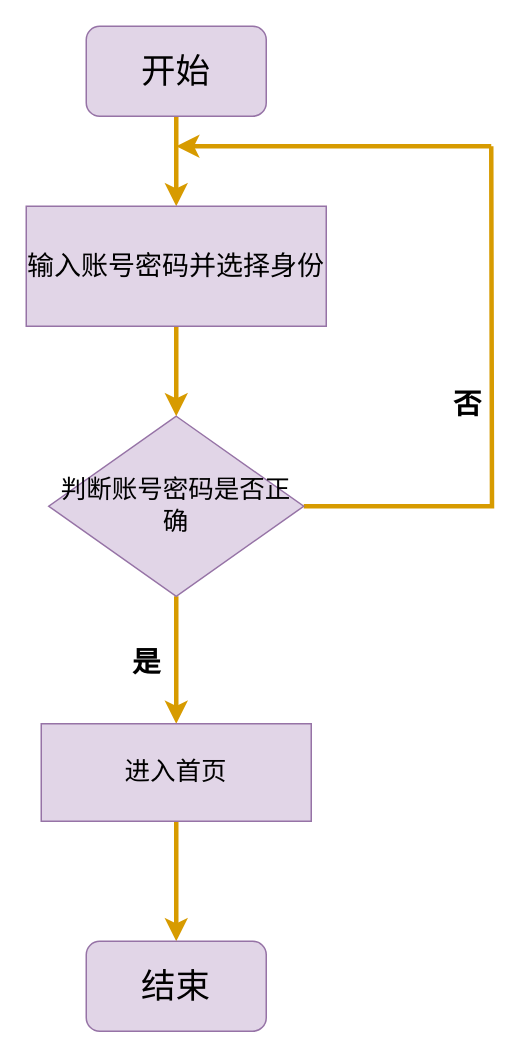
This is page "登录流程图" (1 of 3) of 登录流程图.drawio from ov0-0vo/1, a draw.io file, before an edit. Source tidied: cells renumbered, new cells numbered last; positions are measured from the earlier drawing's top-left corner, leaving out a move shared by most shapes. Both pictures are drawn from the tidied source at 150%, with x=0, y=0 at pixel (26, 26).
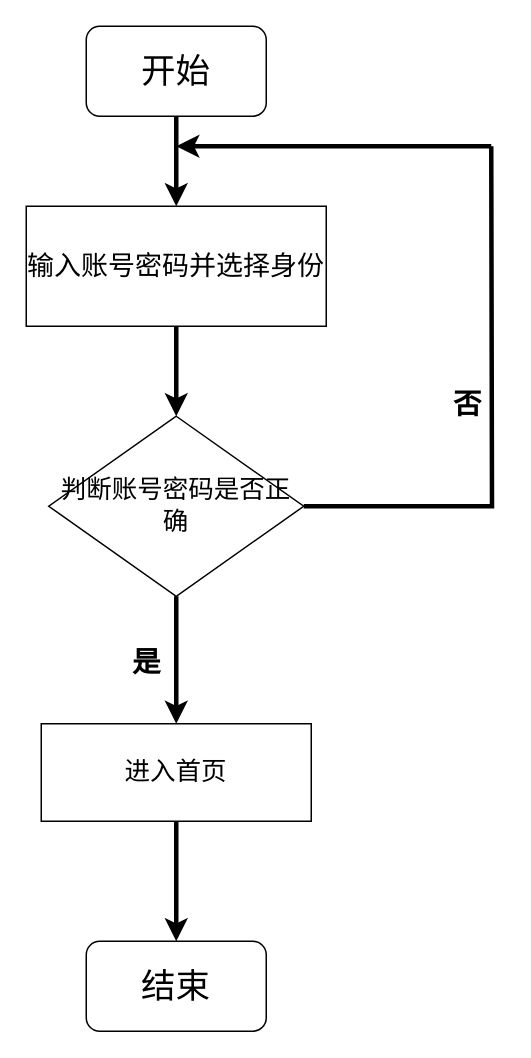
The same diagram, later.

Commit message:
更新登录流程图.drawio

Change to the diagram source:
```diff
@@
 <mxGraphModel>
   <root>
     <mxCell id="0" />
     <mxCell id="1" parent="0" />
-    <mxCell id="2" style="edgeStyle=none;shape=connector;rounded=0;jettySize=auto;html=1;labelBackgroundColor=default;strokeColor=#d79b00;strokeWidth=3;fontFamily=Times New Roman;fontSize=12;fontColor=default;endArrow=classic;fillColor=#ffe6cc;" parent="1" edge="1" source="4" target="10">
+    <mxCell id="2" style="edgeStyle=none;shape=connector;rounded=0;jettySize=auto;html=1;labelBackgroundColor=default;strokeWidth=3;fontFamily=Times New Roman;fontSize=12;fontColor=default;endArrow=classic;" parent="1" edge="1" source="4" target="10">
       <mxGeometry relative="1" as="geometry" />
     </mxCell>
-    <mxCell id="3" style="edgeStyle=orthogonalEdgeStyle;shape=connector;rounded=0;jettySize=auto;html=1;exitX=1;exitY=0.5;exitDx=0;exitDy=0;labelBackgroundColor=default;strokeColor=#d79b00;strokeWidth=3;fontFamily=Times New Roman;fontSize=12;fontColor=default;endArrow=none;fillColor=#ffe6cc;endFill=0;" parent="1" edge="1" source="4">
+    <mxCell id="3" style="edgeStyle=orthogonalEdgeStyle;shape=connector;rounded=0;jettySize=auto;html=1;exitX=1;exitY=0.5;exitDx=0;exitDy=0;labelBackgroundColor=default;strokeWidth=3;fontFamily=Times New Roman;fontSize=12;fontColor=default;endArrow=none;endFill=0;" parent="1" edge="1" source="4">
       <mxGeometry relative="1" as="geometry">
         <mxPoint x="310" y="80" as="targetPoint" />
       </mxGeometry>
     </mxCell>
-    <mxCell id="4" value="判断账号密码是否正确" style="rhombus;whiteSpace=wrap;html=1;fillColor=#e1d5e7;strokeColor=#9673a6;fontSize=17;" parent="1" vertex="1">
+    <mxCell id="4" value="判断账号密码是否正确" style="rhombus;whiteSpace=wrap;html=1;fontSize=17;" parent="1" vertex="1">
       <mxGeometry x="15" y="260" width="170" height="120" as="geometry" />
     </mxCell>
-    <mxCell id="5" style="rounded=0;jettySize=auto;html=1;exitX=0.5;exitY=1;exitDx=0;exitDy=0;entryX=0.5;entryY=0;entryDx=0;entryDy=0;fontFamily=Times New Roman;fontSize=12;fontColor=default;fillColor=#ffe6cc;strokeColor=#d79b00;strokeWidth=3;" parent="1" edge="1" source="6" target="8">
+    <mxCell id="5" style="rounded=0;jettySize=auto;html=1;exitX=0.5;exitY=1;exitDx=0;exitDy=0;entryX=0.5;entryY=0;entryDx=0;entryDy=0;fontFamily=Times New Roman;fontSize=12;fontColor=default;strokeWidth=3;" parent="1" edge="1" source="6" target="8">
       <mxGeometry relative="1" as="geometry" />
     </mxCell>
-    <mxCell id="6" value="开始" style="rounded=1;whiteSpace=wrap;html=1;fillColor=#e1d5e7;strokeColor=#9673a6;fontFamily=Times New Roman;fontSize=23;fontStyle=0;" parent="1" vertex="1">
+    <mxCell id="6" value="开始" style="rounded=1;whiteSpace=wrap;html=1;fontFamily=Times New Roman;fontSize=23;fontStyle=0;" parent="1" vertex="1">
       <mxGeometry x="40" width="120" height="60" as="geometry" />
     </mxCell>
-    <mxCell id="7" style="edgeStyle=none;shape=connector;rounded=0;jettySize=auto;html=1;exitX=0.5;exitY=1;exitDx=0;exitDy=0;entryX=0.5;entryY=0;entryDx=0;entryDy=0;labelBackgroundColor=default;strokeColor=#d79b00;strokeWidth=3;fontFamily=Times New Roman;fontSize=12;fontColor=default;endArrow=classic;fillColor=#ffe6cc;" parent="1" edge="1" source="8" target="4">
+    <mxCell id="7" style="edgeStyle=none;shape=connector;rounded=0;jettySize=auto;html=1;exitX=0.5;exitY=1;exitDx=0;exitDy=0;entryX=0.5;entryY=0;entryDx=0;entryDy=0;labelBackgroundColor=default;strokeWidth=3;fontFamily=Times New Roman;fontSize=12;fontColor=default;endArrow=classic;" parent="1" edge="1" source="8" target="4">
       <mxGeometry relative="1" as="geometry" />
     </mxCell>
-    <mxCell id="8" value="输入账号密码并选择身份" style="rounded=0;whiteSpace=wrap;html=1;strokeColor=#9673a6;fontFamily=Times New Roman;fontSize=18;fontColor=default;fillColor=#e1d5e7;" parent="1" vertex="1">
+    <mxCell id="8" value="输入账号密码并选择身份" style="rounded=0;whiteSpace=wrap;html=1;fontFamily=Times New Roman;fontSize=18;" parent="1" vertex="1">
       <mxGeometry y="120" width="200" height="80" as="geometry" />
     </mxCell>
-    <mxCell id="9" style="edgeStyle=none;shape=connector;rounded=0;jettySize=auto;html=1;labelBackgroundColor=default;strokeColor=#d79b00;strokeWidth=3;fontFamily=Times New Roman;fontSize=12;fontColor=default;endArrow=classic;fillColor=#ffe6cc;entryX=0.5;entryY=0;entryDx=0;entryDy=0;" parent="1" edge="1" source="10" target="14">
+    <mxCell id="9" style="edgeStyle=none;shape=connector;rounded=0;jettySize=auto;html=1;labelBackgroundColor=default;strokeWidth=3;fontFamily=Times New Roman;fontSize=12;fontColor=default;endArrow=classic;entryX=0.5;entryY=0;entryDx=0;entryDy=0;" parent="1" edge="1" source="10" target="14">
       <mxGeometry relative="1" as="geometry" />
     </mxCell>
-    <mxCell id="10" value="进入首页" style="whiteSpace=wrap;html=1;fontSize=17;fillColor=#e1d5e7;strokeColor=#9673a6;" parent="1" vertex="1">
+    <mxCell id="10" value="进入首页" style="whiteSpace=wrap;html=1;fontSize=17;" parent="1" vertex="1">
       <mxGeometry x="10" y="465" width="180" height="65" as="geometry" />
     </mxCell>
-    <mxCell id="11" value="是" style="text;html=1;align=center;verticalAlign=middle;strokeColor=none;fillColor=none;fontSize=19;fontFamily=Times New Roman;fontColor=default;fontStyle=1;" parent="1" vertex="1">
+    <mxCell id="11" value="是" style="text;html=1;align=center;verticalAlign=middle;fontSize=19;fontFamily=Times New Roman;fontStyle=1;" parent="1" vertex="1">
       <mxGeometry x="60" y="405" width="40" height="40" as="geometry" />
     </mxCell>
-    <mxCell id="12" style="endArrow=classic;html=1;rounded=0;labelBackgroundColor=default;strokeColor=#d79b00;strokeWidth=3;fontFamily=Times New Roman;fontSize=12;fontColor=default;fillColor=#ffe6cc;shape=connector;" parent="1" edge="1">
+    <mxCell id="12" style="endArrow=classic;html=1;rounded=0;labelBackgroundColor=default;strokeWidth=3;fontFamily=Times New Roman;fontSize=12;fontColor=default;shape=connector;" parent="1" edge="1">
       <mxGeometry relative="1" as="geometry">
         <mxPoint x="310" y="80" as="sourcePoint" />
         <mxPoint x="100" y="80" as="targetPoint" />
       </mxGeometry>
     </mxCell>
-    <mxCell id="13" value="否" style="text;html=1;align=center;verticalAlign=middle;strokeColor=none;fillColor=none;fontSize=19;fontFamily=Times New Roman;fontColor=default;strokeWidth=3;fontStyle=1;" parent="1" vertex="1">
+    <mxCell id="13" value="否" style="text;html=1;align=center;verticalAlign=middle;fontSize=19;fontFamily=Times New Roman;strokeWidth=3;fontStyle=1;" parent="1" vertex="1">
       <mxGeometry x="274" y="233" width="40" height="40" as="geometry" />
     </mxCell>
-    <mxCell id="14" value="结束" style="rounded=1;whiteSpace=wrap;html=1;fontSize=23;fillColor=#e1d5e7;strokeColor=#9673a6;" parent="1" vertex="1">
+    <mxCell id="14" value="结束" style="rounded=1;whiteSpace=wrap;html=1;fontSize=23;" parent="1" vertex="1">
       <mxGeometry x="40" y="610" width="120" height="60" as="geometry" />
     </mxCell>
   </root>
 </mxGraphModel>
```
